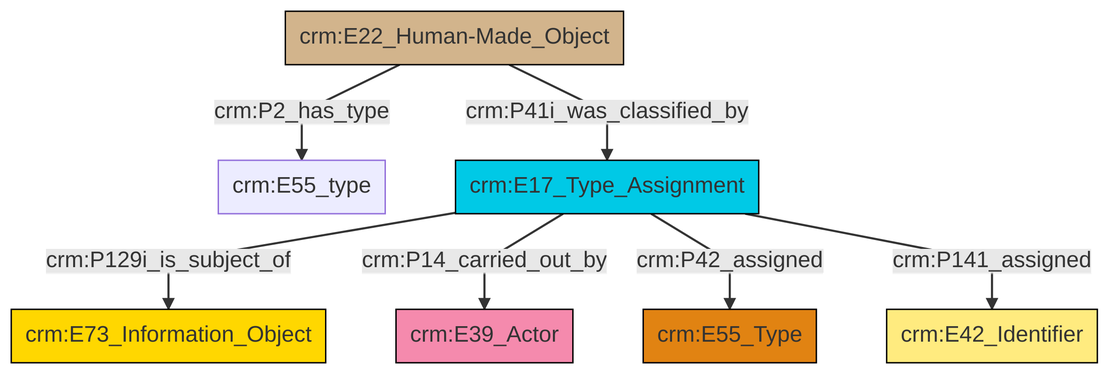
Before: et/builtWorkCSV/ttl/mmd/png/Built_Work_designation_status.png, a diagram exported from Mermaid (swiss-art-research-net/reference-data-models). Its source is kept beside it as et/builtWorkCSV/ttl/mmd/Built_Work_designation_status.ttl.mmd.
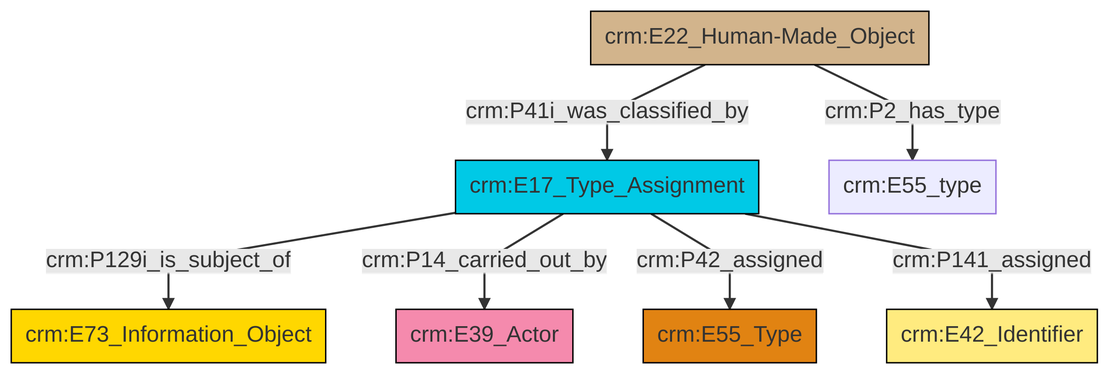
After the change.

What changed in the source:
```diff
@@ -13,9 +13,9 @@
 classDef PC_Classes fill:#4ce600, stroke:#000000;
 classDef Multi fill:#cccccc,stroke:#000000;
 
-4["crm:E22_Human-Made_Object"]:::Physical_Thing -->|crm:P2_has_type| 6["crm:E55_type"]:::Default
-4["crm:E22_Human-Made_Object"]:::Physical_Thing -->|crm:P41i_was_classified_by| 7["crm:E17_Type_Assignment"]:::Temporal_Entity
-7["crm:E17_Type_Assignment"]:::Temporal_Entity -->|crm:P129i_is_subject_of| 2["crm:E73_Information_Object"]:::Conceptual_Object
-7["crm:E17_Type_Assignment"]:::Temporal_Entity -->|crm:P14_carried_out_by| 10["crm:E39_Actor"]:::Actor
-7["crm:E17_Type_Assignment"]:::Temporal_Entity -->|crm:P42_assigned| 8["crm:E55_Type"]:::Type
-7["crm:E17_Type_Assignment"]:::Temporal_Entity -->|crm:P141_assigned| 0["crm:E42_Identifier"]:::Appellation
+0["crm:E22_Human-Made_Object"]:::Physical_Thing -->|crm:P41i_was_classified_by| 1["crm:E17_Type_Assignment"]:::Temporal_Entity
+0["crm:E22_Human-Made_Object"]:::Physical_Thing -->|crm:P2_has_type| 4["crm:E55_type"]:::Default
+1["crm:E17_Type_Assignment"]:::Temporal_Entity -->|crm:P129i_is_subject_of| 11["crm:E73_Information_Object"]:::Conceptual_Object
+1["crm:E17_Type_Assignment"]:::Temporal_Entity -->|crm:P14_carried_out_by| 7["crm:E39_Actor"]:::Actor
+1["crm:E17_Type_Assignment"]:::Temporal_Entity -->|crm:P42_assigned| 9["crm:E55_Type"]:::Type
+1["crm:E17_Type_Assignment"]:::Temporal_Entity -->|crm:P141_assigned| 2["crm:E42_Identifier"]:::Appellation
```
